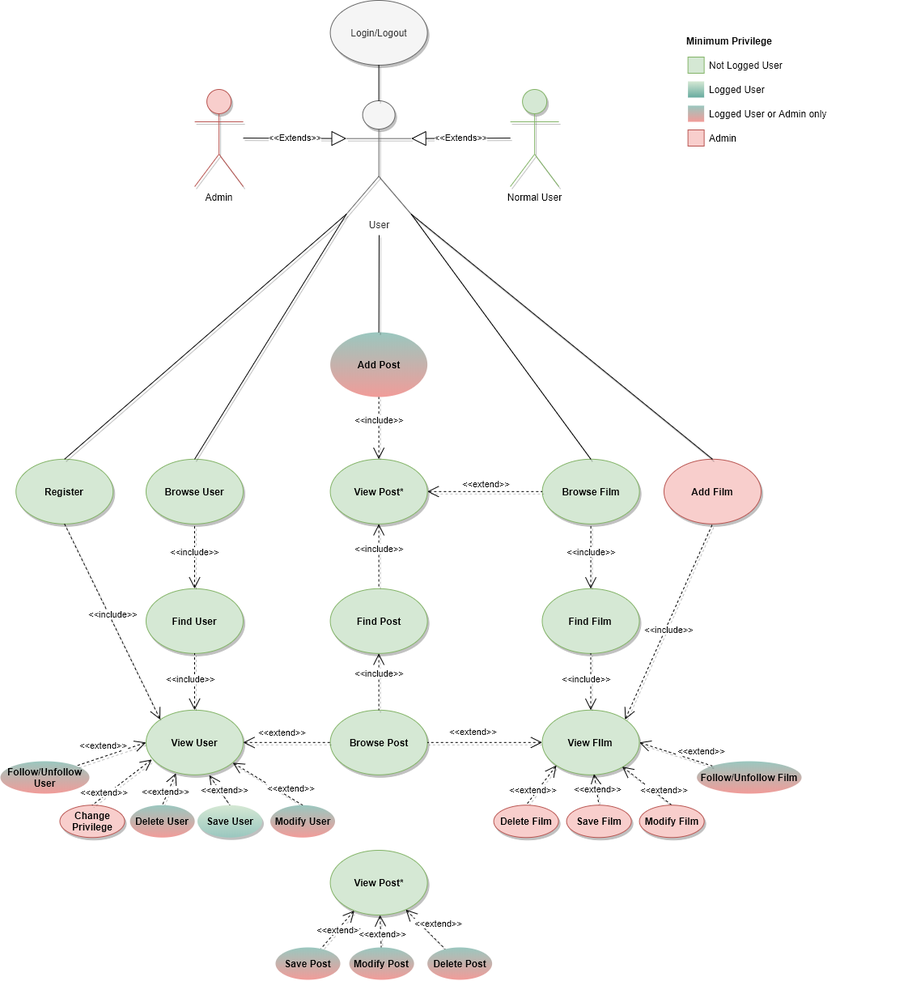
This is Task3/Documentation/Diagrams/Use Case.png from unipi-fr/LargeScaleMultiStructureDatabases, a draw.io export, as it was before one commit. Source tidied: cells renumbered, new cells last; positions are measured from the earlier drawing's top-left corner, leaving out a move shared by most shapes.
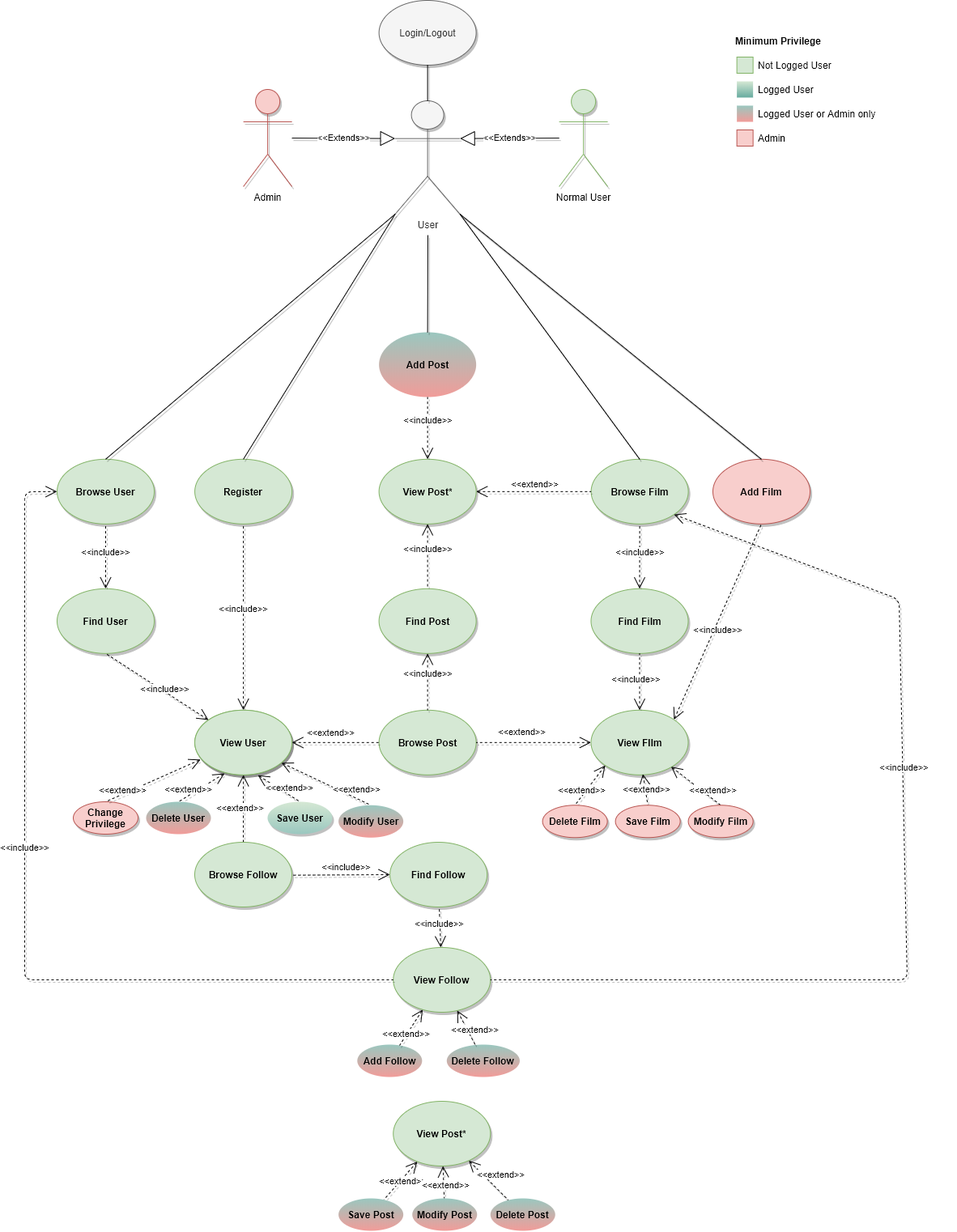
The same diagram one commit later.

Diff of the diagram source:
```diff
@@ -24,10 +24,10 @@
       <mxGeometry x="180" y="876.8" width="120" height="80" as="geometry" />
     </mxCell>
     <mxCell id="9" value="Find User" style="ellipse;whiteSpace=wrap;html=1;fontStyle=1;fillColor=#d5e8d4;strokeColor=#82b366;shadow=1;" parent="1" vertex="1">
-      <mxGeometry x="180" y="726.8" width="120" height="80" as="geometry" />
+      <mxGeometry x="10" y="726.8" width="120" height="80" as="geometry" />
     </mxCell>
     <mxCell id="10" value="Browse User" style="ellipse;whiteSpace=wrap;html=1;fontStyle=1;fillColor=#d5e8d4;strokeColor=#82b366;shadow=1;" parent="1" vertex="1">
-      <mxGeometry x="180" y="566.8" width="120" height="80" as="geometry" />
+      <mxGeometry x="10" y="566.8" width="120" height="80" as="geometry" />
     </mxCell>
     <mxCell id="11" value="&lt;span style=&quot;background-color: rgb(255 , 255 , 255)&quot;&gt;&amp;lt;&amp;lt;include&amp;gt;&amp;gt;&lt;/span&gt;" style="edgeStyle=none;html=1;startArrow=open;endArrow=none;startSize=12;verticalAlign=bottom;dashed=1;labelBackgroundColor=none;entryX=0.5;entryY=1;entryDx=0;entryDy=0;shadow=1;" parent="1" edge="1" source="9" target="10">
       <mxGeometry x="-0.11" relative="1" as="geometry" />
@@ -115,12 +115,12 @@
       <mxGeometry relative="1" as="geometry" />
     </mxCell>
     <mxCell id="38" value="Register" style="ellipse;whiteSpace=wrap;html=1;fontStyle=1;fillColor=#d5e8d4;strokeColor=#82b366;shadow=1;" parent="1" vertex="1">
-      <mxGeometry x="19.2" y="566.8" width="120" height="80" as="geometry" />
+      <mxGeometry x="180.1" y="566.8" width="120" height="80" as="geometry" />
     </mxCell>
     <mxCell id="39" style="endArrow=none;html=1;exitX=0.5;exitY=0;exitDx=0;exitDy=0;strokeColor=#000000;curved=1;entryX=0;entryY=1;entryDx=0;entryDy=0;entryPerimeter=0;shadow=1;" parent="1" edge="1" source="38" target="2">
       <mxGeometry relative="1" as="geometry" />
     </mxCell>
-    <mxCell id="40" value="&lt;span style=&quot;background-color: rgb(255 , 255 , 255)&quot;&gt;&amp;lt;&amp;lt;include&amp;gt;&amp;gt;&lt;/span&gt;" style="edgeStyle=none;html=1;startArrow=open;endArrow=none;startSize=12;verticalAlign=bottom;dashed=1;labelBackgroundColor=none;entryX=0.5;entryY=1;entryDx=0;entryDy=0;shadow=1;exitX=0;exitY=0;exitDx=0;exitDy=0;" parent="1" edge="1" source="8" target="38">
+    <mxCell id="40" value="&lt;span style=&quot;background-color: rgb(255 , 255 , 255)&quot;&gt;&amp;lt;&amp;lt;include&amp;gt;&amp;gt;&lt;/span&gt;" style="edgeStyle=none;html=1;startArrow=open;endArrow=none;startSize=12;verticalAlign=bottom;dashed=1;labelBackgroundColor=none;entryX=0.5;entryY=1;entryDx=0;entryDy=0;shadow=1;" parent="1" edge="1" source="72" target="38">
       <mxGeometry relative="1" as="geometry" />
     </mxCell>
     <mxCell id="41" value="Add Film" style="ellipse;whiteSpace=wrap;html=1;fontStyle=1;fillColor=#f8cecc;strokeColor=#b85450;shadow=1;" parent="1" vertex="1">
@@ -162,35 +162,26 @@
       <mxGeometry x="0.65" y="2" relative="1" as="geometry" />
     </mxCell>
     <mxCell id="53" value="&lt;b&gt;Delete User&lt;/b&gt;" style="ellipse;whiteSpace=wrap;html=1;fillColor=#9AC7BF;strokeColor=none;gradientColor=#F19C99;rounded=0;" parent="1" vertex="1">
-      <mxGeometry x="160.1" y="994.3" width="80" height="40" as="geometry" />
+      <mxGeometry x="120" y="990" width="80" height="40" as="geometry" />
     </mxCell>
     <mxCell id="54" value="Save User" style="ellipse;whiteSpace=wrap;html=1;fontStyle=1;fillColor=#d5e8d4;strokeColor=none;shadow=1;gradientColor=#9AC7BF;" parent="1" vertex="1">
-      <mxGeometry x="243.5" y="994.3" width="80" height="40" as="geometry" />
+      <mxGeometry x="270" y="990" width="80" height="40" as="geometry" />
     </mxCell>
     <mxCell id="55" value="&lt;b&gt;Modify User&lt;/b&gt;" style="ellipse;whiteSpace=wrap;html=1;fillColor=#9AC7BF;strokeColor=none;gradientColor=#F19C99;rounded=0;" parent="1" vertex="1">
-      <mxGeometry x="333.5" y="994.3" width="80" height="40" as="geometry" />
+      <mxGeometry x="357.6" y="994.3" width="80" height="40" as="geometry" />
     </mxCell>
     <mxCell id="56" value="Change Privilege" style="ellipse;whiteSpace=wrap;html=1;fontStyle=1;fillColor=#f8cecc;strokeColor=#b85450;shadow=1;" parent="1" vertex="1">
-      <mxGeometry x="73.5" y="994.3" width="80" height="40" as="geometry" />
+      <mxGeometry x="30" y="990" width="80" height="40" as="geometry" />
     </mxCell>
     <mxCell id="57" value="&lt;span style=&quot;background-color: rgb(255 , 255 , 255)&quot;&gt;&amp;lt;&amp;lt;extend&amp;gt;&amp;gt;&lt;/span&gt;" style="edgeStyle=none;html=1;startArrow=open;endArrow=none;startSize=12;verticalAlign=bottom;dashed=1;labelBackgroundColor=none;exitX=0.06;exitY=0.763;exitDx=0;exitDy=0;entryX=0.5;entryY=0;entryDx=0;entryDy=0;shadow=1;exitPerimeter=0;" parent="1" edge="1" source="8" target="56">
       <mxGeometry x="0.67" y="4" relative="1" as="geometry" />
     </mxCell>
-    <mxCell id="58" value="&lt;b&gt;Follow/Unfollow User&lt;/b&gt;" style="ellipse;whiteSpace=wrap;html=1;fillColor=#9AC7BF;strokeColor=none;gradientColor=#F19C99;rounded=0;" parent="1" vertex="1">
-      <mxGeometry y="940" width="110" height="40" as="geometry" />
-    </mxCell>
-    <mxCell id="59" value="&lt;span style=&quot;background-color: rgb(255 , 255 , 255)&quot;&gt;&amp;lt;&amp;lt;extend&amp;gt;&amp;gt;&lt;/span&gt;" style="edgeStyle=none;html=1;startArrow=open;endArrow=none;startSize=12;verticalAlign=bottom;dashed=1;labelBackgroundColor=none;exitX=0;exitY=0.5;exitDx=0;exitDy=0;entryX=1;entryY=0;entryDx=0;entryDy=0;shadow=1;" parent="1" edge="1" source="8" target="58">
+    <mxCell id="59" value="&lt;span style=&quot;background-color: rgb(255 , 255 , 255)&quot;&gt;&amp;lt;&amp;lt;extend&amp;gt;&amp;gt;&lt;/span&gt;" style="edgeStyle=none;html=1;startArrow=open;endArrow=none;startSize=12;verticalAlign=bottom;dashed=1;labelBackgroundColor=none;shadow=1;" parent="1" edge="1" source="72" target="77">
       <mxGeometry x="0.19" y="-4" relative="1" as="geometry" />
     </mxCell>
     <mxCell id="60" value="&lt;span style=&quot;background-color: rgb(255 , 255 , 255)&quot;&gt;&amp;lt;&amp;lt;extend&amp;gt;&amp;gt;&lt;/span&gt;" style="edgeStyle=none;html=1;startArrow=open;endArrow=none;startSize=12;verticalAlign=bottom;dashed=1;labelBackgroundColor=none;shadow=1;entryX=0;entryY=0.5;entryDx=0;entryDy=0;exitX=1;exitY=0.5;exitDx=0;exitDy=0;" parent="1" edge="1" source="32" target="24">
       <mxGeometry x="0.02" relative="1" as="geometry" />
     </mxCell>
-    <mxCell id="61" value="&lt;b&gt;Follow/Unfollow Film&lt;/b&gt;" style="ellipse;whiteSpace=wrap;html=1;fillColor=#9AC7BF;strokeColor=none;gradientColor=#F19C99;rounded=0;" parent="1" vertex="1">
-      <mxGeometry x="860.6" y="940" width="129.4" height="40" as="geometry" />
-    </mxCell>
-    <mxCell id="62" value="&lt;span style=&quot;background-color: rgb(255 , 255 , 255)&quot;&gt;&amp;lt;&amp;lt;extend&amp;gt;&amp;gt;&lt;/span&gt;" style="edgeStyle=none;html=1;startArrow=open;endArrow=none;startSize=12;verticalAlign=bottom;dashed=1;labelBackgroundColor=none;exitX=1;exitY=0.5;exitDx=0;exitDy=0;entryX=0;entryY=0;entryDx=0;entryDy=0;shadow=1;" parent="1" edge="1" source="22" target="61">
-      <mxGeometry x="0.67" y="4" relative="1" as="geometry" />
-    </mxCell>
     <mxCell id="63" style="rounded=0;whiteSpace=wrap;html=1;strokeColor=#b85450;fillColor=#f8cecc;" parent="1" vertex="1">
       <mxGeometry x="849.6" y="160" width="20" height="20" as="geometry" />
     </mxCell>
@@ -207,16 +198,62 @@
       <mxGeometry x="0.65" y="2" relative="1" as="geometry" />
     </mxCell>
     <mxCell id="68" value="&lt;b&gt;Delete Post&lt;/b&gt;" style="ellipse;whiteSpace=wrap;html=1;fillColor=#9AC7BF;strokeColor=none;gradientColor=#F19C99;rounded=0;" parent="1" vertex="1">
-      <mxGeometry x="527.6" y="1170" width="80" height="40" as="geometry" />
+      <mxGeometry x="545.2" y="1480" width="80" height="40" as="geometry" />
     </mxCell>
     <mxCell id="69" value="Save Post" style="ellipse;whiteSpace=wrap;html=1;fillColor=#9AC7BF;strokeColor=none;gradientColor=#F19C99;rounded=0;fontStyle=1;" parent="1" vertex="1">
-      <mxGeometry x="340" y="1170" width="80" height="40" as="geometry" />
+      <mxGeometry x="357.6" y="1480" width="80" height="40" as="geometry" />
     </mxCell>
     <mxCell id="70" value="&lt;b&gt;Modify Post&lt;/b&gt;" style="ellipse;whiteSpace=wrap;html=1;fillColor=#9AC7BF;strokeColor=none;gradientColor=#F19C99;rounded=0;" parent="1" vertex="1">
-      <mxGeometry x="431.1" y="1170" width="80" height="40" as="geometry" />
+      <mxGeometry x="448.7" y="1480" width="80" height="40" as="geometry" />
     </mxCell>
     <mxCell id="71" value="View Post*" style="ellipse;whiteSpace=wrap;html=1;fontStyle=1;fillColor=#d5e8d4;strokeColor=#82b366;shadow=1;" parent="1" vertex="1">
-      <mxGeometry x="407.6" y="1050" width="120" height="80" as="geometry" />
+      <mxGeometry x="425.2" y="1360" width="120" height="80" as="geometry" />
     </mxCell>
+    <mxCell id="72" value="View User" style="ellipse;whiteSpace=wrap;html=1;fontStyle=1;fillColor=#d5e8d4;strokeColor=#82b366;shadow=1;" parent="1" vertex="1">
+      <mxGeometry x="180.1" y="876.8" width="120" height="80" as="geometry" />
+    </mxCell>
+    <mxCell id="73" value="Find Follow" style="ellipse;whiteSpace=wrap;html=1;fontStyle=1;fillColor=#d5e8d4;strokeColor=#82b366;shadow=1;" parent="1" vertex="1">
+      <mxGeometry x="421.1" y="1040" width="120" height="80" as="geometry" />
+    </mxCell>
+    <mxCell id="74" value="&lt;span style=&quot;background-color: rgb(255 , 255 , 255)&quot;&gt;&amp;lt;&amp;lt;include&amp;gt;&amp;gt;&lt;/span&gt;" style="edgeStyle=none;html=1;startArrow=open;endArrow=none;startSize=12;verticalAlign=bottom;dashed=1;labelBackgroundColor=none;shadow=1;" parent="1" edge="1" source="73" target="77">
+      <mxGeometry x="-0.11" relative="1" as="geometry" />
+    </mxCell>
+    <mxCell id="75" value="&lt;span style=&quot;background-color: rgb(255 , 255 , 255)&quot;&gt;&amp;lt;&amp;lt;include&amp;gt;&amp;gt;&lt;/span&gt;" style="edgeStyle=none;html=1;startArrow=open;endArrow=none;startSize=12;verticalAlign=bottom;dashed=1;labelBackgroundColor=none;shadow=1;" parent="1" edge="1" source="76" target="73">
+      <mxGeometry x="-0.2" y="1" relative="1" as="geometry" />
+    </mxCell>
+    <mxCell id="76" value="View Follow" style="ellipse;whiteSpace=wrap;html=1;fontStyle=1;fillColor=#d5e8d4;strokeColor=#82b366;shadow=1;" parent="1" vertex="1">
+      <mxGeometry x="425.2" y="1170" width="120" height="80" as="geometry" />
+    </mxCell>
+    <mxCell id="77" value="Browse Follow" style="ellipse;whiteSpace=wrap;html=1;fontStyle=1;fillColor=#d5e8d4;strokeColor=#82b366;shadow=1;" parent="1" vertex="1">
+      <mxGeometry x="180" y="1040" width="120" height="80" as="geometry" />
+    </mxCell>
+    <mxCell id="78" value="&lt;b&gt;Add Follow&lt;/b&gt;" style="ellipse;whiteSpace=wrap;html=1;fillColor=#9AC7BF;strokeColor=none;gradientColor=#F19C99;rounded=0;" parent="1" vertex="1">
+      <mxGeometry x="380.8" y="1290" width="80" height="40" as="geometry" />
+    </mxCell>
+    <mxCell id="79" value="&lt;span style=&quot;background-color: rgb(255 , 255 , 255)&quot;&gt;&amp;lt;&amp;lt;extend&amp;gt;&amp;gt;&lt;/span&gt;" style="edgeStyle=none;html=1;startArrow=open;endArrow=none;startSize=12;verticalAlign=bottom;dashed=1;labelBackgroundColor=none;shadow=1;" parent="1" edge="1" source="76" target="78">
+      <mxGeometry x="0.67" y="4" relative="1" as="geometry" />
+    </mxCell>
+    <mxCell id="80" value="&lt;b&gt;Delete Follow&lt;/b&gt;" style="ellipse;whiteSpace=wrap;html=1;fillColor=#9AC7BF;strokeColor=none;gradientColor=#F19C99;rounded=0;" parent="1" vertex="1">
+      <mxGeometry x="491.3" y="1290" width="90.1" height="40" as="geometry" />
+    </mxCell>
+    <mxCell id="81" value="&lt;span style=&quot;background-color: rgb(255 , 255 , 255)&quot;&gt;&amp;lt;&amp;lt;extend&amp;gt;&amp;gt;&lt;/span&gt;" style="edgeStyle=none;html=1;startArrow=open;endArrow=none;startSize=12;verticalAlign=bottom;dashed=1;labelBackgroundColor=none;shadow=1;" parent="1" edge="1" source="76" target="80">
+      <mxGeometry x="0.67" y="4" relative="1" as="geometry" />
+    </mxCell>
+    <mxCell id="82" value="&lt;span style=&quot;background-color: rgb(255 , 255 , 255)&quot;&gt;&amp;lt;&amp;lt;include&amp;gt;&amp;gt;&lt;/span&gt;" style="edgeStyle=none;html=1;startArrow=open;endArrow=none;startSize=12;verticalAlign=bottom;dashed=1;labelBackgroundColor=none;shadow=1;entryX=0;entryY=0.5;entryDx=0;entryDy=0;exitX=0;exitY=0.5;exitDx=0;exitDy=0;" parent="1" edge="1" source="10" target="76">
+      <mxGeometry x="-0.11" relative="1" as="geometry">
+        <Array as="points">
+          <mxPoint x="-30" y="607" />
+          <mxPoint x="-30" y="1210" />
+        </Array>
+      </mxGeometry>
+    </mxCell>
+    <mxCell id="83" value="&lt;span style=&quot;background-color: rgb(255 , 255 , 255)&quot;&gt;&amp;lt;&amp;lt;include&amp;gt;&amp;gt;&lt;/span&gt;" style="edgeStyle=none;html=1;startArrow=open;endArrow=none;startSize=12;verticalAlign=bottom;dashed=1;labelBackgroundColor=none;shadow=1;entryX=1;entryY=0.5;entryDx=0;entryDy=0;exitX=1;exitY=1;exitDx=0;exitDy=0;" parent="1" edge="1" source="24" target="76">
+      <mxGeometry x="-0.2" y="1" relative="1" as="geometry">
+        <Array as="points">
+          <mxPoint x="1050" y="740" />
+          <mxPoint x="1060" y="1210" />
+        </Array>
+      </mxGeometry>
+    </mxCell>
   </root>
 </mxGraphModel>
```
